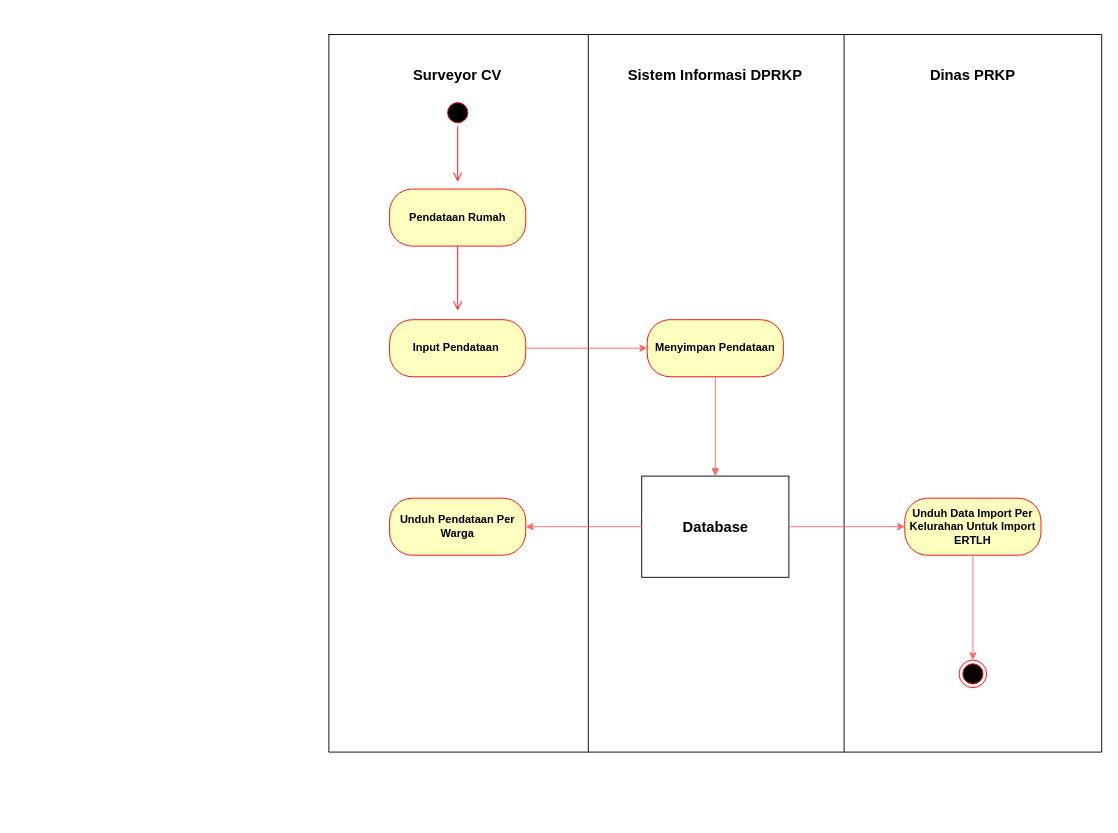
Before: PRKP DIg.drawio in KangSDhi/flwdig, a draw.io diagram. Source tidied: cells renumbered, new cells numbered last; positions are measured from the earlier drawing's top-left corner, leaving out a move shared by most shapes. Both pictures are drawn from the tidied source at 92%, with x=0, y=0 at pixel (328, 34).
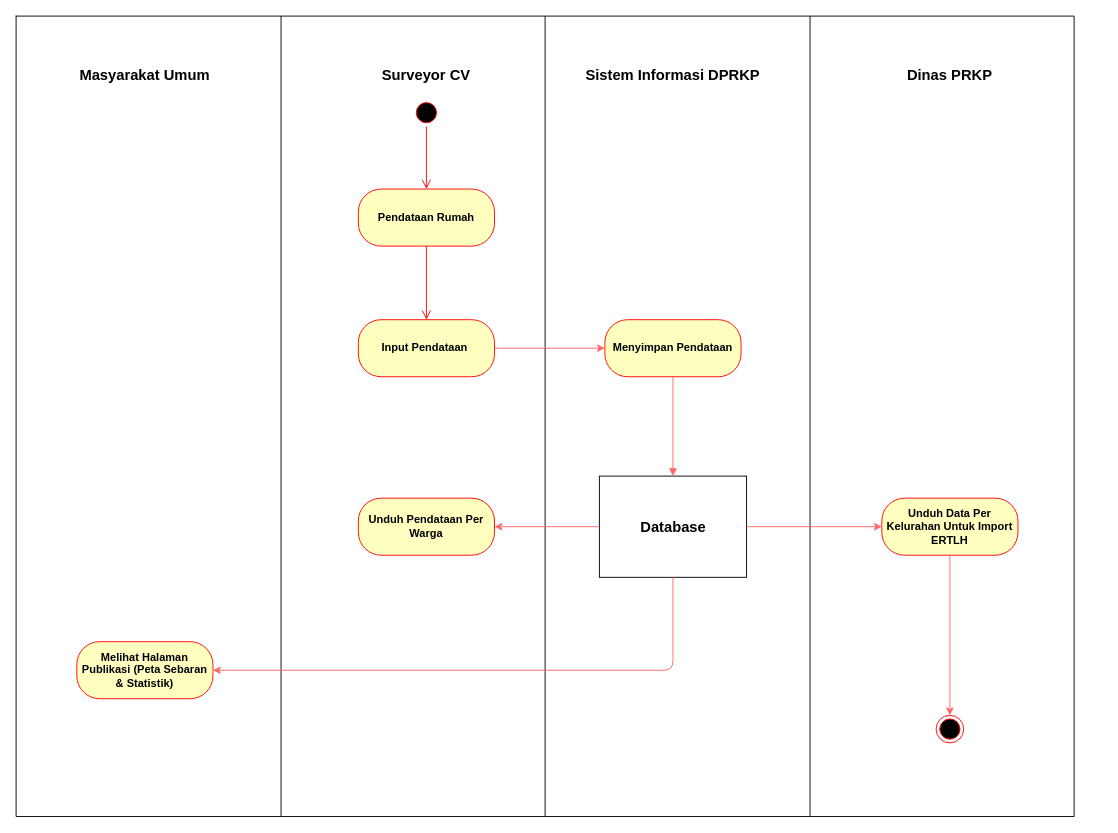
The same diagram, later.

The edit, as a diff of the source:
```diff
@@
-    <mxCell id="2" style="shape=table;html=1;whiteSpace=wrap;startSize=0;childLayout=tableLayout;" parent="1" vertex="1">
-      <mxGeometry width="840" height="780" as="geometry" />
-    </mxCell>
-    <mxCell id="3" style="shape=partialRectangle;html=1;whiteSpace=wrap;fillColor=none;top=0;left=0;bottom=0;right=0;" parent="2" vertex="1">
-      <mxGeometry width="840" height="780" as="geometry" />
-    </mxCell>
-    <mxCell id="4" style="shape=partialRectangle;html=1;whiteSpace=wrap;overflow=hidden;fillColor=none;top=0;left=0;bottom=0;right=0;" parent="3" vertex="1">
-      <mxGeometry width="282" height="780" as="geometry" />
-    </mxCell>
-    <mxCell id="5" style="shape=partialRectangle;html=1;whiteSpace=wrap;overflow=hidden;fillColor=none;top=0;left=0;bottom=0;right=0;" parent="3" vertex="1">
-      <mxGeometry x="282" width="278" height="780" as="geometry" />
-    </mxCell>
-    <mxCell id="6" style="shape=partialRectangle;html=1;whiteSpace=wrap;overflow=hidden;fillColor=none;top=0;left=0;bottom=0;right=0;" parent="3" vertex="1">
-      <mxGeometry x="560" width="280" height="780" as="geometry" />
-    </mxCell>
+    <mxCell id="25" style="shape=table;html=1;whiteSpace=wrap;startSize=0;childLayout=tableLayout;" parent="1" vertex="1">
+      <mxGeometry x="-340" y="-20" width="1150" height="870" as="geometry" />
+    </mxCell>
+    <mxCell id="26" style="shape=partialRectangle;html=1;whiteSpace=wrap;fillColor=none;top=0;left=0;bottom=0;right=0;" parent="25" vertex="1">
+      <mxGeometry width="1150" height="870" as="geometry" />
+    </mxCell>
+    <mxCell id="27" style="shape=partialRectangle;html=1;whiteSpace=wrap;overflow=hidden;fillColor=none;top=0;left=0;bottom=0;right=0;" parent="26" vertex="1">
+      <mxGeometry width="288" height="870" as="geometry" />
+    </mxCell>
+    <mxCell id="28" style="shape=partialRectangle;html=1;whiteSpace=wrap;overflow=hidden;fillColor=none;top=0;left=0;bottom=0;right=0;" parent="26" vertex="1">
+      <mxGeometry x="288" width="287" height="870" as="geometry" />
+    </mxCell>
+    <mxCell id="29" style="shape=partialRectangle;html=1;whiteSpace=wrap;overflow=hidden;fillColor=none;top=0;left=0;bottom=0;right=0;" parent="26" vertex="1">
+      <mxGeometry x="575" width="288" height="870" as="geometry" />
+    </mxCell>
+    <mxCell id="30" style="shape=partialRectangle;html=1;whiteSpace=wrap;overflow=hidden;fillColor=none;top=0;left=0;bottom=0;right=0;" parent="26" vertex="1">
+      <mxGeometry x="863" width="287" height="870" as="geometry" />
+    </mxCell>
-    <mxCell id="7" value="Surveyor CV" style="text;align=center;fontStyle=1;verticalAlign=middle;spacingLeft=3;spacingRight=3;strokeColor=none;fontSize=16;" parent="1" vertex="1">
-      <mxGeometry x="100" y="30" width="80" height="26" as="geometry" />
+    <mxCell id="7" value="Masyarakat Umum" style="text;align=center;fontStyle=1;verticalAlign=middle;spacingLeft=3;spacingRight=3;strokeColor=none;fontSize=16;" parent="1" vertex="1">
+      <mxGeometry x="-240" y="30" width="80" height="26" as="geometry" />
     </mxCell>
     <mxCell id="8" value="Sistem Informasi DPRKP" style="text;align=center;fontStyle=1;verticalAlign=middle;spacingLeft=3;spacingRight=3;strokeColor=none;fontSize=16;" parent="1" vertex="1">
-      <mxGeometry x="380" y="30" width="80" height="26" as="geometry" />
+      <mxGeometry x="334" y="30" width="80" height="26" as="geometry" />
     </mxCell>
     <mxCell id="9" value="Dinas PRKP" style="text;align=center;fontStyle=1;verticalAlign=middle;spacingLeft=3;spacingRight=3;strokeColor=none;fontSize=16;" parent="1" vertex="1">
-      <mxGeometry x="660" y="30" width="80" height="26" as="geometry" />
+      <mxGeometry x="635" y="30" width="80" height="26" as="geometry" />
     </mxCell>
     <mxCell id="10" style="ellipse;html=1;shape=startState;fillColor=#000000;strokeColor=#ff0000;fontSize=16;" parent="1" vertex="1">
-      <mxGeometry x="125" y="70" width="30" height="30" as="geometry" />
+      <mxGeometry x="91" y="70" width="30" height="30" as="geometry" />
     </mxCell>
-    <mxCell id="11" style="edgeStyle=orthogonalEdgeStyle;html=1;verticalAlign=bottom;endArrow=open;endSize=8;strokeColor=#ff0000;fontSize=16;" parent="1" edge="1" source="10">
-      <mxGeometry relative="1" as="geometry">
-        <mxPoint x="140" y="160" as="targetPoint" />
-      </mxGeometry>
+    <mxCell id="11" style="edgeStyle=orthogonalEdgeStyle;html=1;verticalAlign=bottom;endArrow=open;endSize=8;strokeColor=#ff0000;fontSize=16;entryX=0.5;entryY=0;entryDx=0;entryDy=0;" parent="1" edge="1" source="10" target="12">
+      <mxGeometry relative="1" as="geometry" />
     </mxCell>
     <mxCell id="12" value="&lt;b&gt;Pendataan Rumah&lt;/b&gt;" style="rounded=1;whiteSpace=wrap;html=1;arcSize=40;fontColor=#000000;fillColor=#ffffc0;strokeColor=#ff0000;" parent="1" vertex="1">
-      <mxGeometry x="66" y="168" width="148" height="62" as="geometry" />
+      <mxGeometry x="32" y="168" width="148" height="62" as="geometry" />
     </mxCell>
-    <mxCell id="13" style="edgeStyle=orthogonalEdgeStyle;html=1;verticalAlign=bottom;endArrow=open;endSize=8;strokeColor=#ff0000;fontSize=16;" parent="1" edge="1" source="12">
-      <mxGeometry relative="1" as="geometry">
-        <mxPoint x="140" y="300" as="targetPoint" />
-        <Array as="points">
-          <mxPoint x="140" y="290" />
-        </Array>
-      </mxGeometry>
+    <mxCell id="13" style="edgeStyle=orthogonalEdgeStyle;html=1;verticalAlign=bottom;endArrow=open;endSize=8;strokeColor=#ff0000;fontSize=16;entryX=0.5;entryY=0;entryDx=0;entryDy=0;" parent="1" edge="1" source="12" target="14">
+      <mxGeometry relative="1" as="geometry" />
     </mxCell>
     <mxCell id="14" value="&lt;b&gt;Input Pendataan&amp;nbsp;&lt;/b&gt;" style="rounded=1;whiteSpace=wrap;html=1;arcSize=40;fontColor=#000000;fillColor=#ffffc0;strokeColor=#ff0000;" parent="1" vertex="1">
-      <mxGeometry x="66" y="310" width="148" height="62" as="geometry" />
+      <mxGeometry x="32" y="310" width="148" height="62" as="geometry" />
     </mxCell>
     <mxCell id="15" value="&lt;b&gt;Menyimpan Pendataan&lt;/b&gt;" style="rounded=1;whiteSpace=wrap;html=1;arcSize=40;fontColor=#000000;fillColor=#ffffc0;strokeColor=#ff0000;" parent="1" vertex="1">
-      <mxGeometry x="346" y="310" width="148" height="62" as="geometry" />
+      <mxGeometry x="300" y="310" width="148" height="62" as="geometry" />
     </mxCell>
@@
     <mxCell id="17" value="&lt;font color=&quot;#000000&quot;&gt;Database&lt;/font&gt;" style="html=1;fontSize=16;fontColor=#FF6666;fontStyle=1;" parent="1" vertex="1">
-      <mxGeometry x="340" y="480" width="160" height="110" as="geometry" />
+      <mxGeometry x="294" y="480" width="160" height="110" as="geometry" />
     </mxCell>
@@
     <mxCell id="19" value="&lt;b&gt;Unduh Pendataan Per Warga&lt;/b&gt;" style="rounded=1;whiteSpace=wrap;html=1;arcSize=40;fontColor=#000000;fillColor=#ffffc0;strokeColor=#ff0000;" parent="1" vertex="1">
-      <mxGeometry x="66" y="504" width="148" height="62" as="geometry" />
+      <mxGeometry x="32" y="504" width="148" height="62" as="geometry" />
     </mxCell>
@@
-    <mxCell id="21" value="&lt;b&gt;Unduh Data Import Per Kelurahan Untuk Import ERTLH&lt;/b&gt;" style="rounded=1;whiteSpace=wrap;html=1;arcSize=40;fontColor=#000000;fillColor=#ffffc0;strokeColor=#ff0000;" parent="1" vertex="1">
-      <mxGeometry x="626" y="504" width="148" height="62" as="geometry" />
+    <mxCell id="21" value="&lt;b&gt;Unduh Data Per Kelurahan Untuk Import ERTLH&lt;/b&gt;" style="rounded=1;whiteSpace=wrap;html=1;arcSize=40;fontColor=#000000;fillColor=#ffffc0;strokeColor=#ff0000;" parent="1" vertex="1">
+      <mxGeometry x="601" y="504" width="148" height="62" as="geometry" />
     </mxCell>
@@
     <mxCell id="23" style="ellipse;html=1;shape=endState;fillColor=#000000;strokeColor=#ff0000;fontSize=16;fontColor=#000000;" parent="1" vertex="1">
-      <mxGeometry x="685" y="680" width="30" height="30" as="geometry" />
+      <mxGeometry x="660" y="740" width="30" height="30" as="geometry" />
     </mxCell>
@@
+    <mxCell id="31" value="Surveyor CV" style="text;align=center;fontStyle=1;verticalAlign=middle;spacingLeft=3;spacingRight=3;strokeColor=none;fontSize=16;" parent="1" vertex="1">
+      <mxGeometry x="66" y="30" width="80" height="26" as="geometry" />
+    </mxCell>
+    <mxCell id="32" value="&lt;b&gt;Melihat Halaman Publikasi (Peta Sebaran &amp;amp; Statistik)&lt;/b&gt;" style="rounded=1;whiteSpace=wrap;html=1;arcSize=40;fontColor=#000000;fillColor=#ffffc0;strokeColor=#ff0000;" parent="1" vertex="1">
+      <mxGeometry x="-274" y="660" width="148" height="62" as="geometry" />
+    </mxCell>
+    <mxCell id="33" style="endArrow=classic;html=1;strokeColor=#FF6666;fontSize=16;fontColor=#000000;entryX=1;entryY=0.5;entryDx=0;entryDy=0;exitX=0.5;exitY=1;exitDx=0;exitDy=0;" parent="1" edge="1" source="17" target="32">
+      <mxGeometry relative="1" as="geometry">
+        <Array as="points">
+          <mxPoint x="374" y="691" />
+        </Array>
+      </mxGeometry>
+    </mxCell>
```
